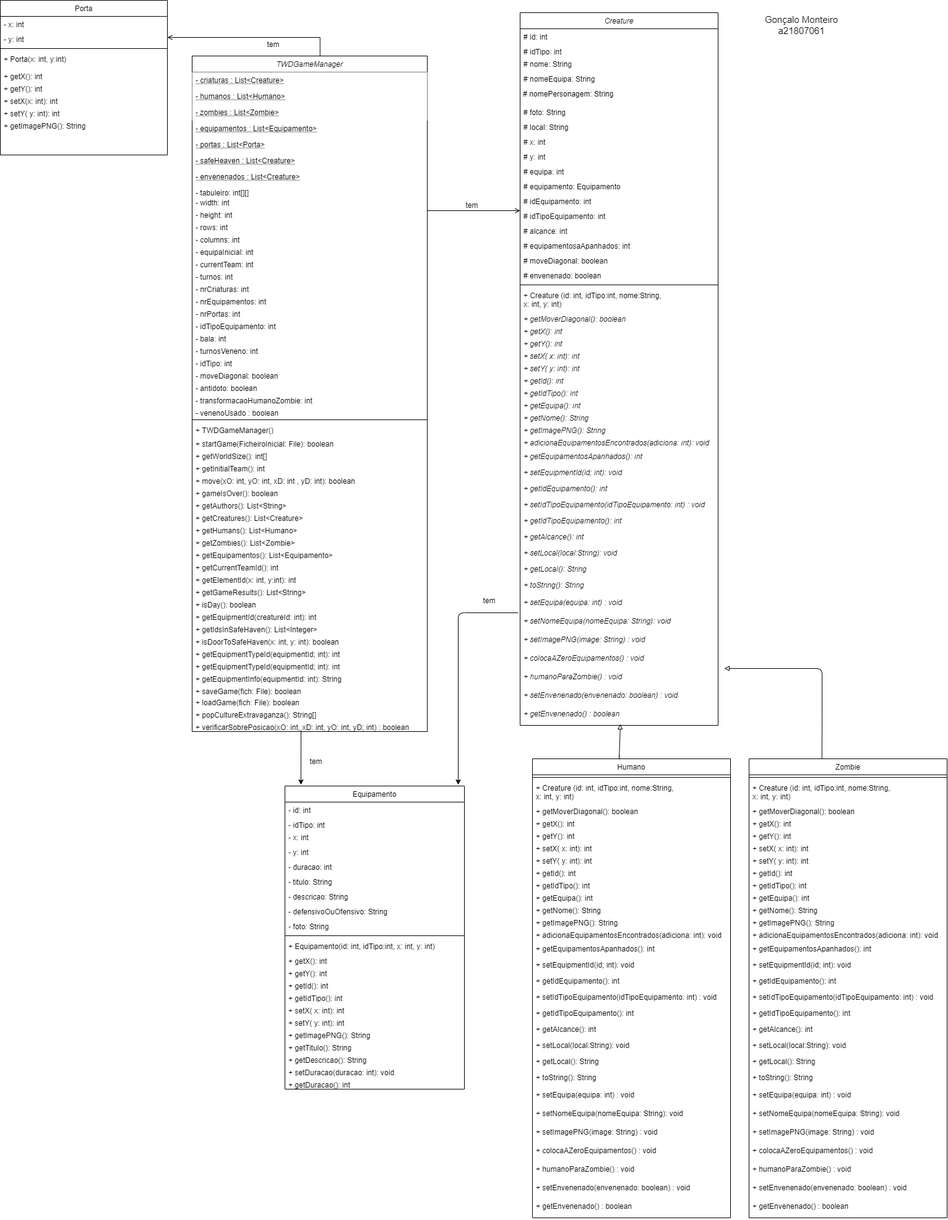
goncalo-a21807061/LP2-TWD-21807061 keeps this draw.io diagram as diagramaUML.png. Above is the earlier version. Source tidied: cells renumbered, new cells last; positions are measured from the earlier drawing's top-left corner, leaving out a move shared by most shapes.
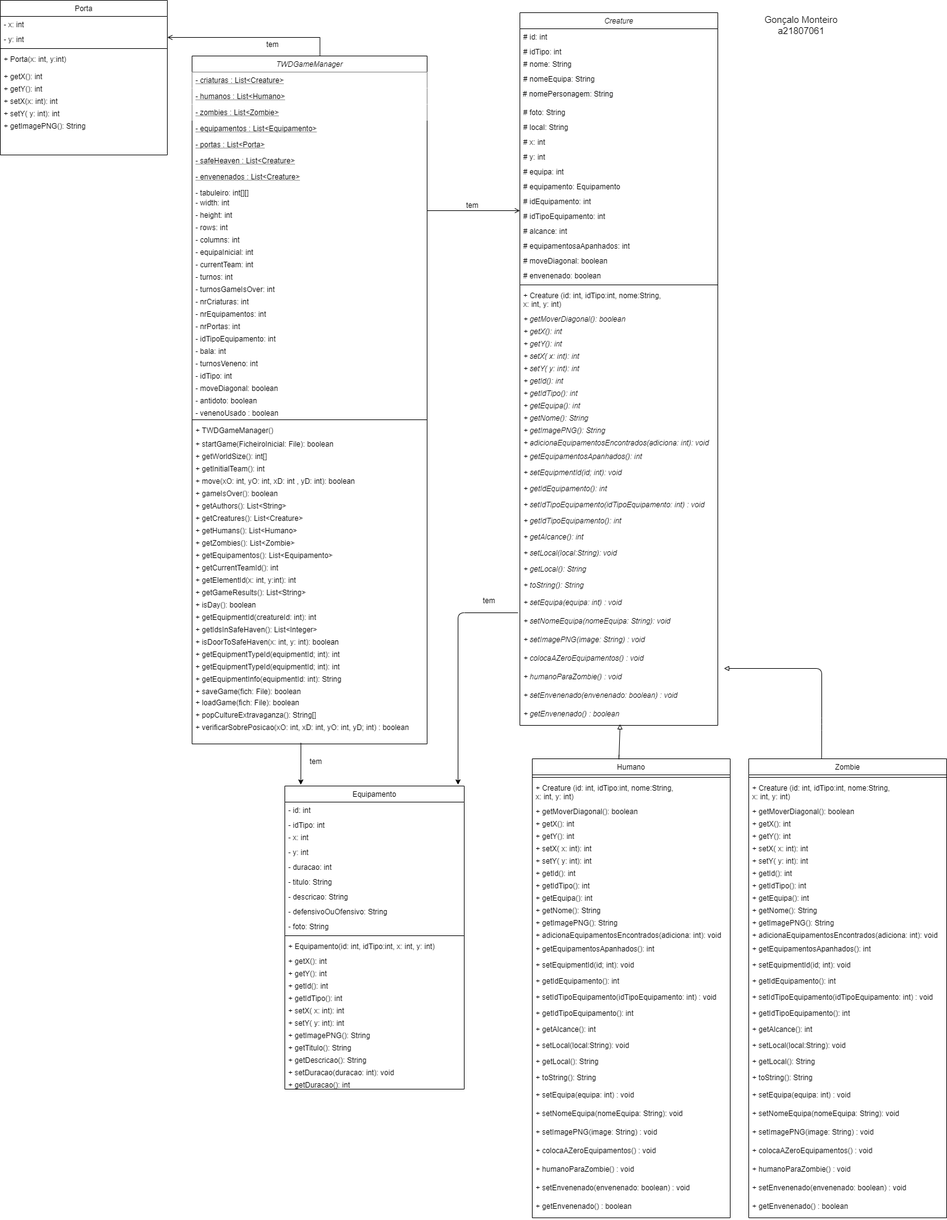
Later version of the same file.

What changed in the source:
```diff
@@ -3,7 +3,7 @@
     <mxCell id="0" />
     <mxCell id="1" parent="0" />
     <mxCell id="2" value="TWDGameManager" style="swimlane;fontStyle=2;align=center;verticalAlign=top;horizontal=1;startSize=26;rounded=0;shadow=0;strokeWidth=1;" parent="1" vertex="1">
-      <mxGeometry x="310" y="110" width="380" height="1092" as="geometry" />
+      <mxGeometry x="310" y="110" width="380" height="1112" as="geometry" />
     </mxCell>
     <mxCell id="3" value="- criaturas : List&lt;Creature&gt;" style="text;align=left;verticalAlign=top;spacingLeft=4;spacingRight=4;overflow=hidden;fillColor=#ffffff;fontStyle=4;" parent="2" vertex="1">
       <mxGeometry y="26" width="380" height="26" as="geometry" />
@@ -50,36 +50,36 @@
     <mxCell id="17" value="- turnos: int" style="text;align=left;verticalAlign=top;spacingLeft=4;spacingRight=4;overflow=hidden;points=[[0,0.5],[1,0.5]];portConstraint=eastwest;rounded=0;shadow=0;html=0;" parent="2" vertex="1">
       <mxGeometry y="344" width="380" height="20" as="geometry" />
     </mxCell>
+    <mxCell id="206" value="- turnosGameIsOver: int" style="text;align=left;verticalAlign=top;spacingLeft=4;spacingRight=4;overflow=hidden;rounded=0;shadow=0;html=0;" parent="2" vertex="1">
+      <mxGeometry y="364" width="380" height="20" as="geometry" />
+    </mxCell>
     <mxCell id="18" value="- nrCriaturas: int" style="text;align=left;verticalAlign=top;spacingLeft=4;spacingRight=4;overflow=hidden;rounded=0;shadow=0;html=0;" parent="2" vertex="1">
-      <mxGeometry y="364" width="380" height="20" as="geometry" />
+      <mxGeometry y="384" width="380" height="20" as="geometry" />
     </mxCell>
     <mxCell id="19" value="- nrEquipamentos: int" style="text;align=left;verticalAlign=top;spacingLeft=4;spacingRight=4;overflow=hidden;rounded=0;shadow=0;html=0;" parent="2" vertex="1">
-      <mxGeometry y="384" width="380" height="20" as="geometry" />
+      <mxGeometry y="404" width="380" height="20" as="geometry" />
     </mxCell>
     <mxCell id="20" value="- nrPortas: int" style="text;align=left;verticalAlign=top;spacingLeft=4;spacingRight=4;overflow=hidden;rounded=0;shadow=0;html=0;" parent="2" vertex="1">
-      <mxGeometry y="404" width="380" height="20" as="geometry" />
+      <mxGeometry y="424" width="380" height="20" as="geometry" />
     </mxCell>
     <mxCell id="21" value="- idTipoEquipamento: int" style="text;align=left;verticalAlign=top;spacingLeft=4;spacingRight=4;overflow=hidden;rounded=0;shadow=0;html=0;" parent="2" vertex="1">
-      <mxGeometry y="424" width="380" height="20" as="geometry" />
+      <mxGeometry y="444" width="380" height="20" as="geometry" />
     </mxCell>
     <mxCell id="22" value="- bala: int" style="text;align=left;verticalAlign=top;spacingLeft=4;spacingRight=4;overflow=hidden;rounded=0;shadow=0;html=0;" parent="2" vertex="1">
-      <mxGeometry y="444" width="380" height="20" as="geometry" />
+      <mxGeometry y="464" width="380" height="20" as="geometry" />
     </mxCell>
     <mxCell id="23" value="- turnosVeneno: int" style="text;align=left;verticalAlign=top;spacingLeft=4;spacingRight=4;overflow=hidden;rounded=0;shadow=0;html=0;" parent="2" vertex="1">
-      <mxGeometry y="464" width="380" height="20" as="geometry" />
+      <mxGeometry y="484" width="380" height="20" as="geometry" />
     </mxCell>
     <mxCell id="24" value="- idTipo: int" style="text;align=left;verticalAlign=top;spacingLeft=4;spacingRight=4;overflow=hidden;rounded=0;shadow=0;html=0;" parent="2" vertex="1">
-      <mxGeometry y="484" width="380" height="20" as="geometry" />
+      <mxGeometry y="504" width="380" height="20" as="geometry" />
     </mxCell>
     <mxCell id="25" value="- moveDiagonal: boolean" style="text;align=left;verticalAlign=top;spacingLeft=4;spacingRight=4;overflow=hidden;rounded=0;shadow=0;html=0;" parent="2" vertex="1">
-      <mxGeometry y="504" width="380" height="20" as="geometry" />
+      <mxGeometry y="524" width="380" height="20" as="geometry" />
     </mxCell>
     <mxCell id="26" value="- antidoto: boolean" style="text;align=left;verticalAlign=top;spacingLeft=4;spacingRight=4;overflow=hidden;rounded=0;shadow=0;html=0;" parent="2" vertex="1">
-      <mxGeometry y="524" width="380" height="20" as="geometry" />
+      <mxGeometry y="544" width="380" height="20" as="geometry" />
     </mxCell>
-    <mxCell id="27" value="- transformacaoHumanoZombie: int" style="text;align=left;verticalAlign=top;spacingLeft=4;spacingRight=4;overflow=hidden;rounded=0;shadow=0;html=0;" parent="2" vertex="1">
-      <mxGeometry y="544" width="380" height="20" as="geometry" />
-    </mxCell>
     <mxCell id="28" value="- venenoUsado : boolean" style="text;align=left;verticalAlign=top;spacingLeft=4;spacingRight=4;overflow=hidden;rounded=0;shadow=0;html=0;" parent="2" vertex="1">
       <mxGeometry y="564" width="380" height="20" as="geometry" />
     </mxCell>
@@ -375,8 +375,10 @@
     <mxCell id="117" value="tem" style="text;html=1;align=center;verticalAlign=middle;" parent="1" vertex="1">
       <mxGeometry x="770" y="980" width="40" height="20" as="geometry" />
     </mxCell>
-    <mxCell id="118" style="endArrow=classic;html=1;exitX=0.463;exitY=0.9;exitDx=0;exitDy=0;entryX=0.089;entryY=-0.004;entryDx=0;entryDy=0;entryPerimeter=0;exitPerimeter=0;" parent="1" edge="1" source="54" target="120">
-      <mxGeometry relative="1" as="geometry" />
+    <mxCell id="118" style="endArrow=classic;html=1;entryX=0.089;entryY=-0.004;entryDx=0;entryDy=0;entryPerimeter=0;" parent="1" edge="1" target="120">
+      <mxGeometry relative="1" as="geometry">
+        <mxPoint x="486" y="1220" as="sourcePoint" />
+      </mxGeometry>
     </mxCell>
     <mxCell id="119" value="tem" style="text;html=1;align=center;verticalAlign=middle;" parent="1" vertex="1">
       <mxGeometry x="490" y="1240" width="40" height="20" as="geometry" />
```
